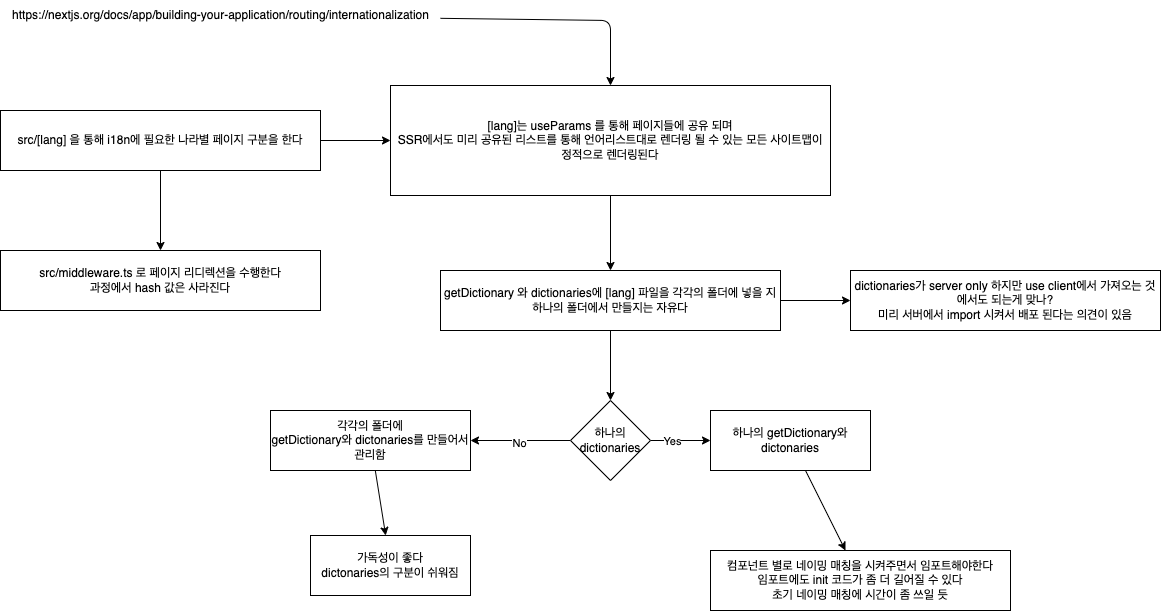
Earlier version of the draw.io export docs/i18n.dio.png (BangJunwoo/my-app). Source tidied: cells renumbered, new cells last; positions are measured from the earlier drawing's top-left corner, leaving out a move shared by most shapes.
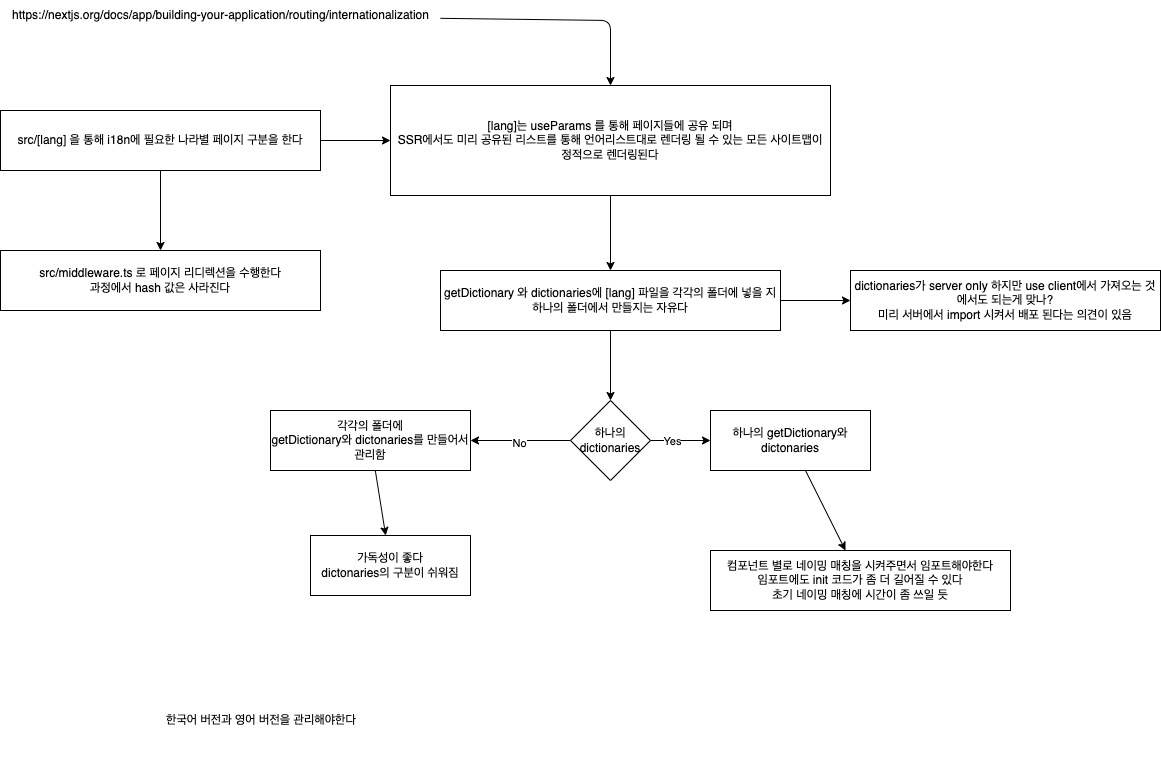
Later version of the same file.

What changed in the source:
```diff
@@ -75,5 +75,8 @@
     <mxCell id="24" value="컴포넌트 별로 네이밍 매칭을 시켜주면서 임포트해야한다&lt;br&gt;임포트에도 init 코드가 좀 더 길어질 수 있다&lt;br&gt;초기 네이밍 매칭에 시간이 좀 쓰일 듯" style="whiteSpace=wrap;html=1;" parent="1" vertex="1">
       <mxGeometry x="710" y="550" width="300" height="60" as="geometry" />
     </mxCell>
+    <mxCell id="25" value="한국어 버전과 영어 버전을 관리해야한다" style="text;strokeColor=none;fillColor=none;align=left;verticalAlign=middle;spacingLeft=4;spacingRight=4;overflow=hidden;whiteSpace=wrap;html=1;" parent="1" vertex="1">
+      <mxGeometry x="160" y="670" width="380" height="100" as="geometry" />
+    </mxCell>
   </root>
 </mxGraphModel>
```
